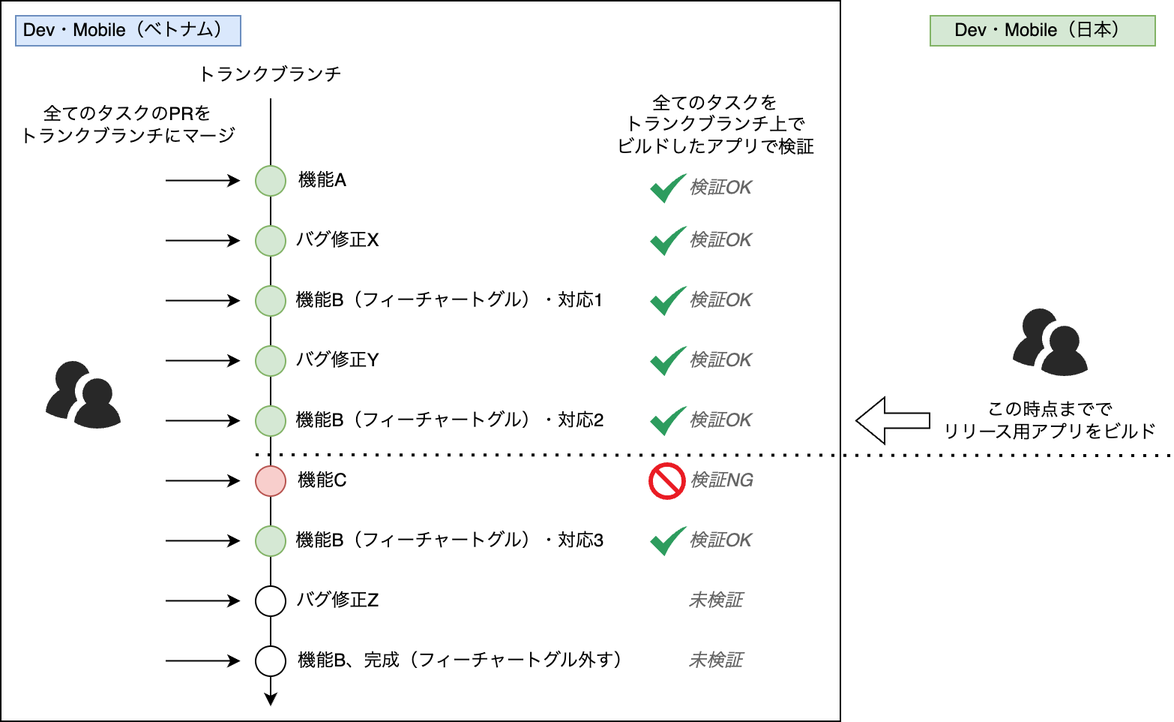
This is images/continuous-delivery-by-multinational-team/trunk-based-development.png from shotaIDE/zenn, a draw.io export, as it was before one commit. Source tidied: cells renumbered, new cells last; positions are measured from the earlier drawing's top-left corner, leaving out a move shared by most shapes.
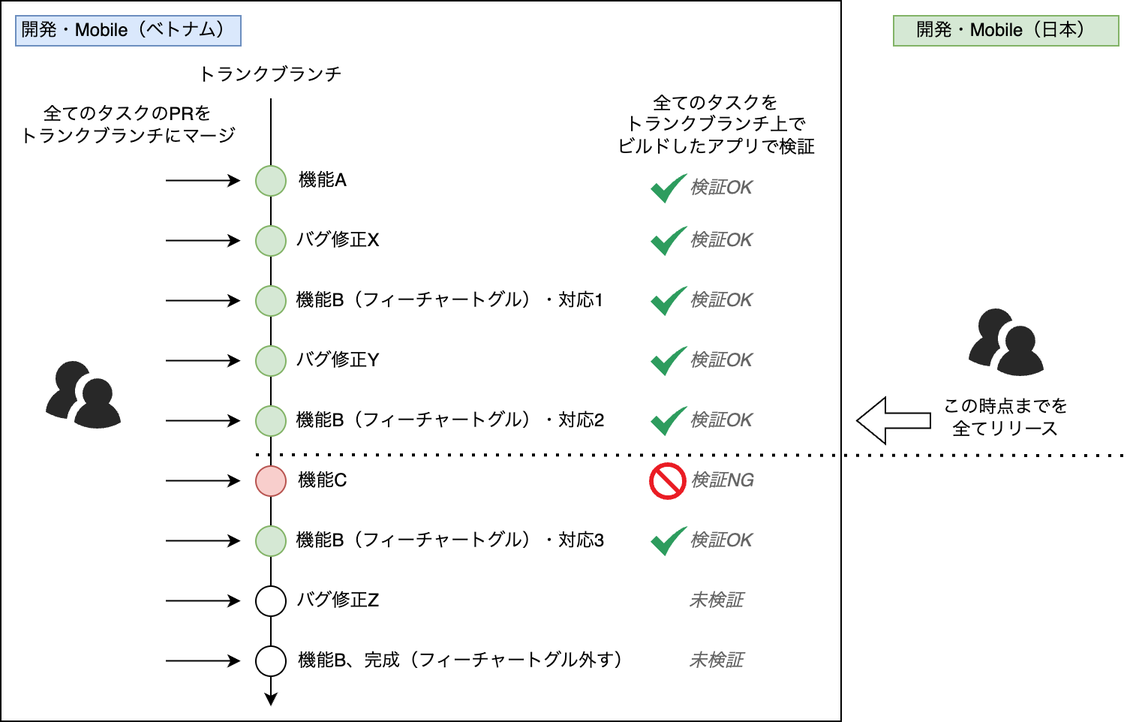
After the change.

What changed in the source:
```diff
@@ -11,12 +11,12 @@
       </mxGeometry>
     </mxCell>
     <mxCell id="4" style="verticalLabelPosition=bottom;sketch=0;html=1;fillColor=#282828;strokeColor=none;verticalAlign=top;align=center;shape=mxgraph.cisco_safe.people_places_things_icons.icon9;" parent="1" vertex="1">
-      <mxGeometry x="675" y="205" width="50" height="45" as="geometry" />
+      <mxGeometry x="645" y="205" width="50" height="45" as="geometry" />
     </mxCell>
-    <mxCell id="5" value="Dev・Mobile（日本）" style="rounded=0;whiteSpace=wrap;html=1;fillColor=#d5e8d4;strokeColor=#82b366;" parent="1" vertex="1">
-      <mxGeometry x="620" y="10" width="150" height="20" as="geometry" />
+    <mxCell id="5" value="開発・Mobile（日本）" style="rounded=0;whiteSpace=wrap;html=1;fillColor=#d5e8d4;strokeColor=#82b366;" parent="1" vertex="1">
+      <mxGeometry x="595" y="10" width="150" height="20" as="geometry" />
     </mxCell>
-    <mxCell id="6" value="Dev・Mobile（ベトナム）" style="rounded=0;whiteSpace=wrap;html=1;fillColor=#dae8fc;strokeColor=#6c8ebf;" parent="1" vertex="1">
+    <mxCell id="6" value="開発・Mobile（ベトナム）" style="rounded=0;whiteSpace=wrap;html=1;fillColor=#dae8fc;strokeColor=#6c8ebf;" parent="1" vertex="1">
       <mxGeometry x="10" y="10" width="150" height="20" as="geometry" />
     </mxCell>
     <mxCell id="7" style="verticalLabelPosition=bottom;sketch=0;html=1;fillColor=#282828;strokeColor=none;verticalAlign=top;align=center;shape=mxgraph.cisco_safe.people_places_things_icons.icon9;" parent="1" vertex="1">
@@ -214,14 +214,17 @@
         <mxPoint x="570" y="279.7" as="targetPoint" />
       </mxGeometry>
     </mxCell>
-    <mxCell id="62" value="この時点までで&lt;br&gt;リリース用アプリをビルド" style="text;html=1;strokeColor=none;fillColor=none;align=center;verticalAlign=middle;whiteSpace=wrap;rounded=0;" parent="1" vertex="1">
-      <mxGeometry x="620" y="257.5" width="160" height="45" as="geometry" />
+    <mxCell id="62" value="この時点までを&lt;br&gt;全てリリース" style="text;html=1;strokeColor=none;fillColor=none;align=center;verticalAlign=middle;whiteSpace=wrap;rounded=0;" parent="1" vertex="1">
+      <mxGeometry x="620" y="255" width="100" height="45" as="geometry" />
     </mxCell>
     <mxCell id="63" style="endArrow=none;dashed=1;html=1;dashPattern=1 3;strokeWidth=2;rounded=0;" parent="1" edge="1">
       <mxGeometry relative="1" as="geometry">
         <mxPoint x="170" y="302.5" as="sourcePoint" />
-        <mxPoint x="780" y="303" as="targetPoint" />
+        <mxPoint x="750" y="303" as="targetPoint" />
       </mxGeometry>
     </mxCell>
+    <mxCell id="64" style="edgeStyle=orthogonalEdgeStyle;rounded=0;orthogonalLoop=1;jettySize=auto;html=1;exitX=0.5;exitY=1;exitDx=0;exitDy=0;" parent="1" edge="1" source="5" target="5">
+      <mxGeometry relative="1" as="geometry" />
+    </mxCell>
   </root>
 </mxGraphModel>
```
